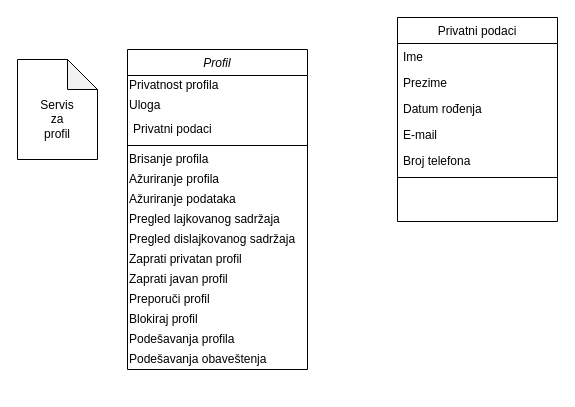
This is page "Servis za profil" (7 of 10) of Dijagrami.drawio from andjelijaa/XML-projekat, a draw.io file, before an edit. Source tidied: cells renumbered, new cells numbered last; positions are measured from the earlier drawing's top-left corner, leaving out a move shared by most shapes. Both pictures are drawn from the tidied source at 100%, with x=0, y=0 at pixel (17, 17).
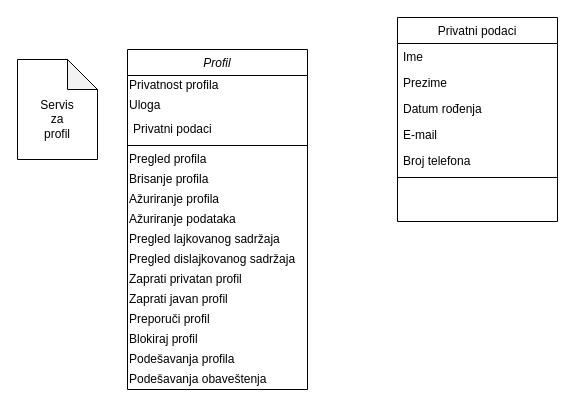
The same page after the edit.

The edit, as a diff of the source:
```diff
@@
     <mxCell id="3" value="Profil" style="swimlane;fontStyle=2;align=center;verticalAlign=top;horizontal=1;startSize=26;rounded=0;shadow=0;strokeWidth=1;" parent="1" vertex="1">
-      <mxGeometry x="110" y="32" width="180" height="320" as="geometry" />
+      <mxGeometry x="110" y="32" width="180" height="340" as="geometry" />
     </mxCell>
@@
+    <mxCell id="27" value="Pregled profila" style="text;html=1;strokeColor=none;fillColor=none;align=left;verticalAlign=middle;whiteSpace=wrap;rounded=0;" parent="3" vertex="1">
+      <mxGeometry y="100" width="180" height="20" as="geometry" />
+    </mxCell>
     <mxCell id="8" value="Brisanje profila" style="text;html=1;strokeColor=none;fillColor=none;align=left;verticalAlign=middle;whiteSpace=wrap;rounded=0;" parent="3" vertex="1">
-      <mxGeometry y="100" width="180" height="20" as="geometry" />
+      <mxGeometry y="120" width="180" height="20" as="geometry" />
     </mxCell>
     <mxCell id="9" value="Ažuriranje profila" style="text;html=1;strokeColor=none;fillColor=none;align=left;verticalAlign=middle;whiteSpace=wrap;rounded=0;" parent="3" vertex="1">
-      <mxGeometry y="120" width="180" height="20" as="geometry" />
+      <mxGeometry y="140" width="180" height="20" as="geometry" />
     </mxCell>
     <mxCell id="10" value="Ažuriranje podataka" style="text;html=1;strokeColor=none;fillColor=none;align=left;verticalAlign=middle;whiteSpace=wrap;rounded=0;" parent="3" vertex="1">
-      <mxGeometry y="140" width="180" height="20" as="geometry" />
+      <mxGeometry y="160" width="180" height="20" as="geometry" />
     </mxCell>
     <mxCell id="11" value="Pregled lajkovanog sadržaja" style="text;html=1;strokeColor=none;fillColor=none;align=left;verticalAlign=middle;whiteSpace=wrap;rounded=0;" parent="3" vertex="1">
-      <mxGeometry y="160" width="180" height="20" as="geometry" />
+      <mxGeometry y="180" width="180" height="20" as="geometry" />
     </mxCell>
     <mxCell id="12" value="Pregled dislajkovanog sadržaja" style="text;html=1;strokeColor=none;fillColor=none;align=left;verticalAlign=middle;whiteSpace=wrap;rounded=0;" parent="3" vertex="1">
-      <mxGeometry y="180" width="180" height="20" as="geometry" />
+      <mxGeometry y="200" width="180" height="20" as="geometry" />
     </mxCell>
     <mxCell id="13" value="Zaprati privatan profil" style="text;html=1;strokeColor=none;fillColor=none;align=left;verticalAlign=middle;whiteSpace=wrap;rounded=0;" parent="3" vertex="1">
-      <mxGeometry y="200" width="180" height="20" as="geometry" />
+      <mxGeometry y="220" width="180" height="20" as="geometry" />
     </mxCell>
     <mxCell id="14" value="Zaprati javan profil" style="text;html=1;strokeColor=none;fillColor=none;align=left;verticalAlign=middle;whiteSpace=wrap;rounded=0;" parent="3" vertex="1">
-      <mxGeometry y="220" width="180" height="20" as="geometry" />
+      <mxGeometry y="240" width="180" height="20" as="geometry" />
     </mxCell>
     <mxCell id="15" value="Preporuči profil" style="text;html=1;strokeColor=none;fillColor=none;align=left;verticalAlign=middle;whiteSpace=wrap;rounded=0;" parent="3" vertex="1">
-      <mxGeometry y="240" width="180" height="20" as="geometry" />
+      <mxGeometry y="260" width="180" height="20" as="geometry" />
     </mxCell>
     <mxCell id="16" value="Blokiraj profil" style="text;html=1;strokeColor=none;fillColor=none;align=left;verticalAlign=middle;whiteSpace=wrap;rounded=0;" parent="3" vertex="1">
-      <mxGeometry y="260" width="180" height="20" as="geometry" />
+      <mxGeometry y="280" width="180" height="20" as="geometry" />
     </mxCell>
     <mxCell id="17" value="Podešavanja profila" style="text;html=1;strokeColor=none;fillColor=none;align=left;verticalAlign=middle;whiteSpace=wrap;rounded=0;" parent="3" vertex="1">
-      <mxGeometry y="280" width="180" height="20" as="geometry" />
+      <mxGeometry y="300" width="180" height="20" as="geometry" />
     </mxCell>
     <mxCell id="18" value="Podešavanja obaveštenja" style="text;html=1;strokeColor=none;fillColor=none;align=left;verticalAlign=middle;whiteSpace=wrap;rounded=0;" parent="3" vertex="1">
-      <mxGeometry y="300" width="180" height="20" as="geometry" />
+      <mxGeometry y="320" width="180" height="20" as="geometry" />
     </mxCell>
```
